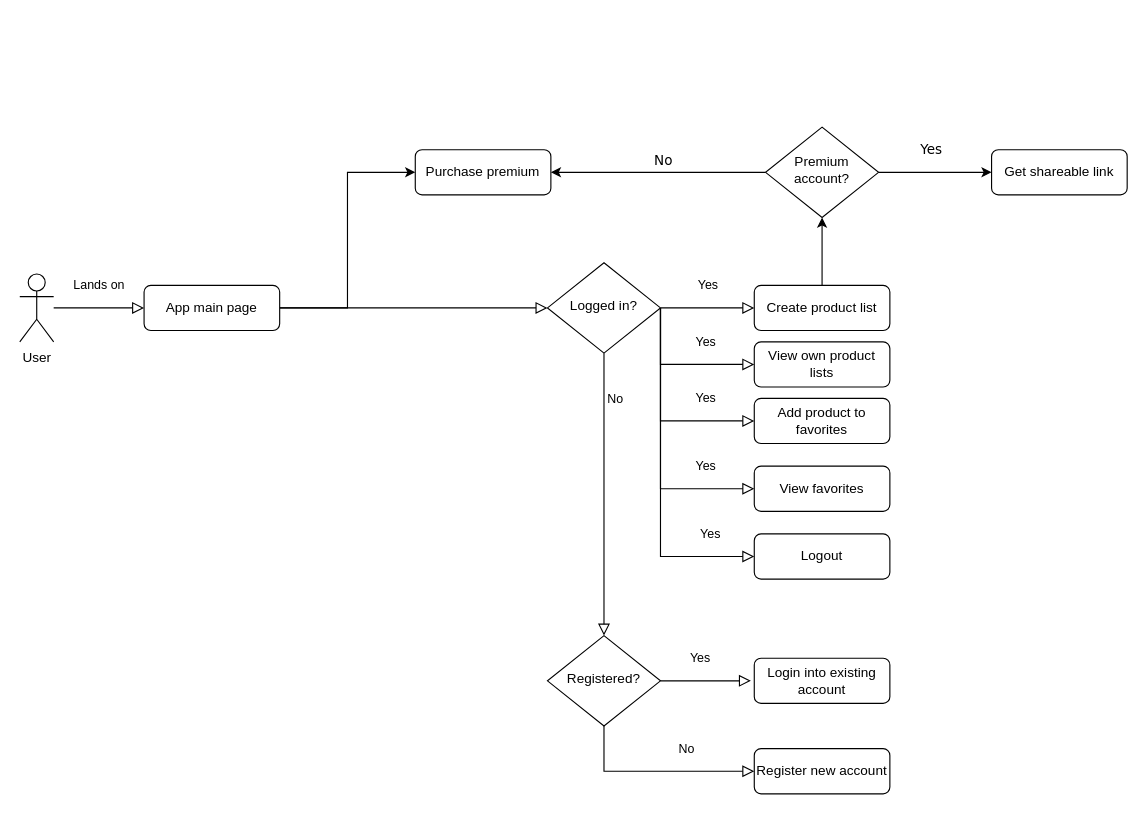
Earlier version of the draw.io diagram proiect/docs/usecase_simple.drawio (parrygod1/cc-curs). Source tidied: cells renumbered, new cells numbered last; positions are measured from the earlier drawing's top-left corner, leaving out a move shared by most shapes. Both pictures are drawn from the tidied source at 113%, with x=0, y=0 at pixel (19, 127).
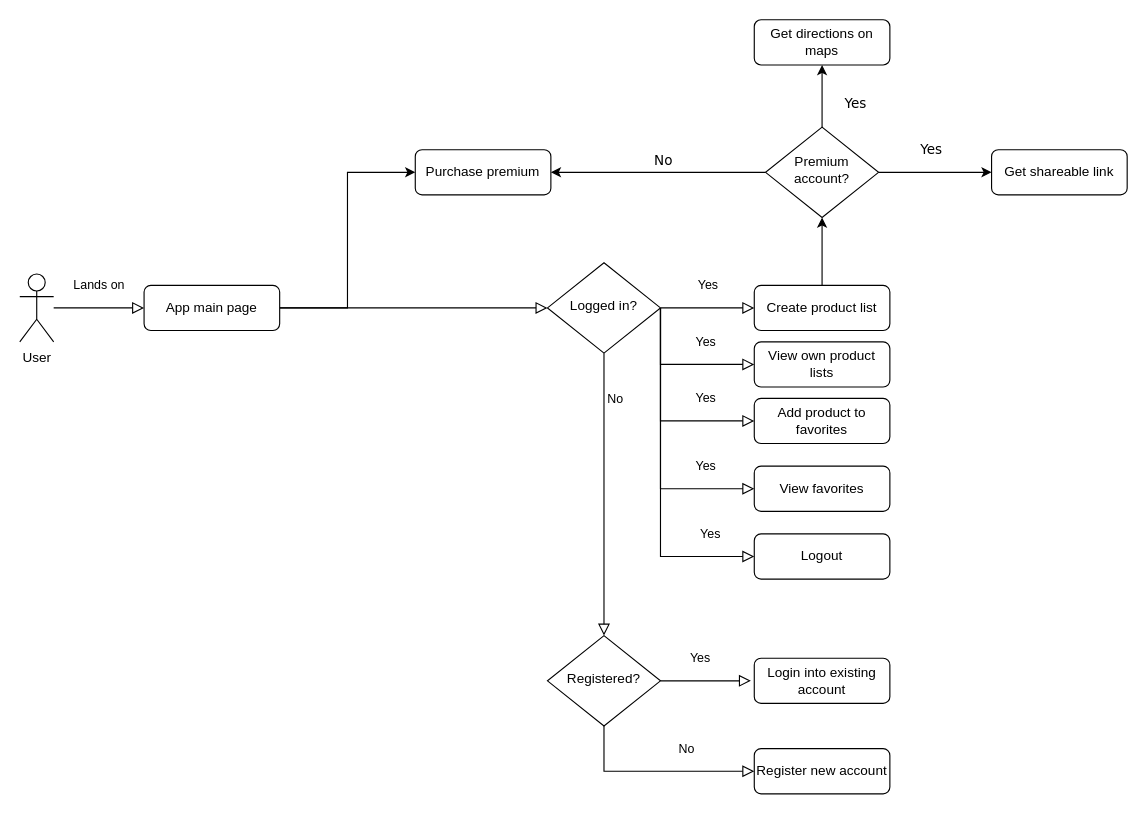
Above is the later version.

Unchanged cells that the change refers to:
```xml
<mxCell id="28" value="Premium account?" style="rhombus;whiteSpace=wrap;html=1;shadow=0;fontFamily=Helvetica;fontSize=12;align=center;strokeWidth=1;spacing=6;spacingTop=-4;" parent="1" vertex="1">
  <mxGeometry x="660" width="100" height="80" as="geometry" />
</mxCell>
```

Diff of the diagram source:
```diff
@@
+    <mxCell id="32" style="edgeStyle=orthogonalEdgeStyle;rounded=0;jettySize=auto;html=1;exitX=0.5;exitY=0;exitDx=0;exitDy=0;entryX=0.5;entryY=1;entryDx=0;entryDy=0;" parent="1" edge="1" source="28" target="33">
+      <mxGeometry relative="1" as="geometry" />
+    </mxCell>
@@
+    <mxCell id="33" value="Get directions on maps" style="rounded=1;whiteSpace=wrap;html=1;fontSize=12;glass=0;strokeWidth=1;shadow=0;" parent="1" vertex="1">
+      <mxGeometry x="650" y="-95" width="120" height="40" as="geometry" />
+    </mxCell>
+    <mxCell id="34" value="Yes" style="text;html=1;strokeColor=none;fillColor=none;align=center;verticalAlign=middle;whiteSpace=wrap;rounded=0;fontFamily=Verdana;" parent="1" vertex="1">
+      <mxGeometry x="720" y="-30" width="40" height="20" as="geometry" />
+    </mxCell>
```
